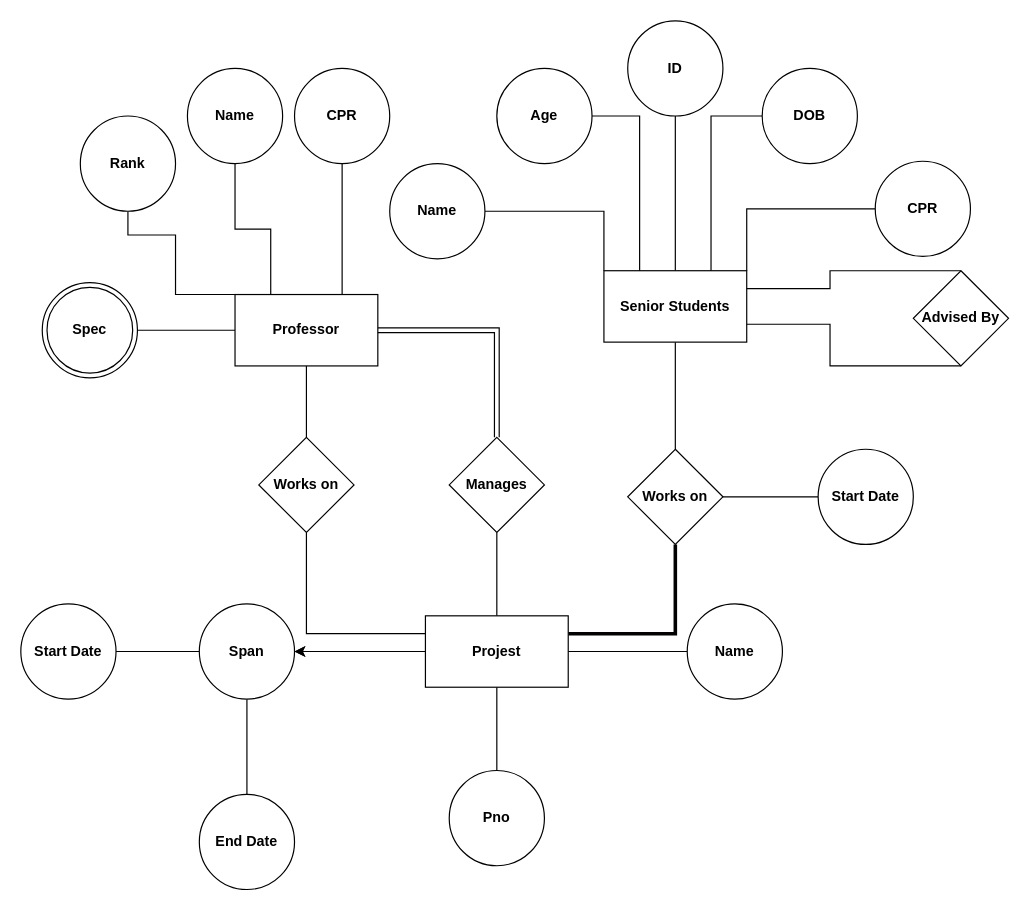
Before: asm1.drawio in xlvk/itcs285, a draw.io diagram. Source tidied: cells renumbered, new cells numbered last; positions are measured from the earlier drawing's top-left corner, leaving out a move shared by most shapes. Both pictures are drawn from the tidied source at 119%, with x=0, y=0 at pixel (20, 20).
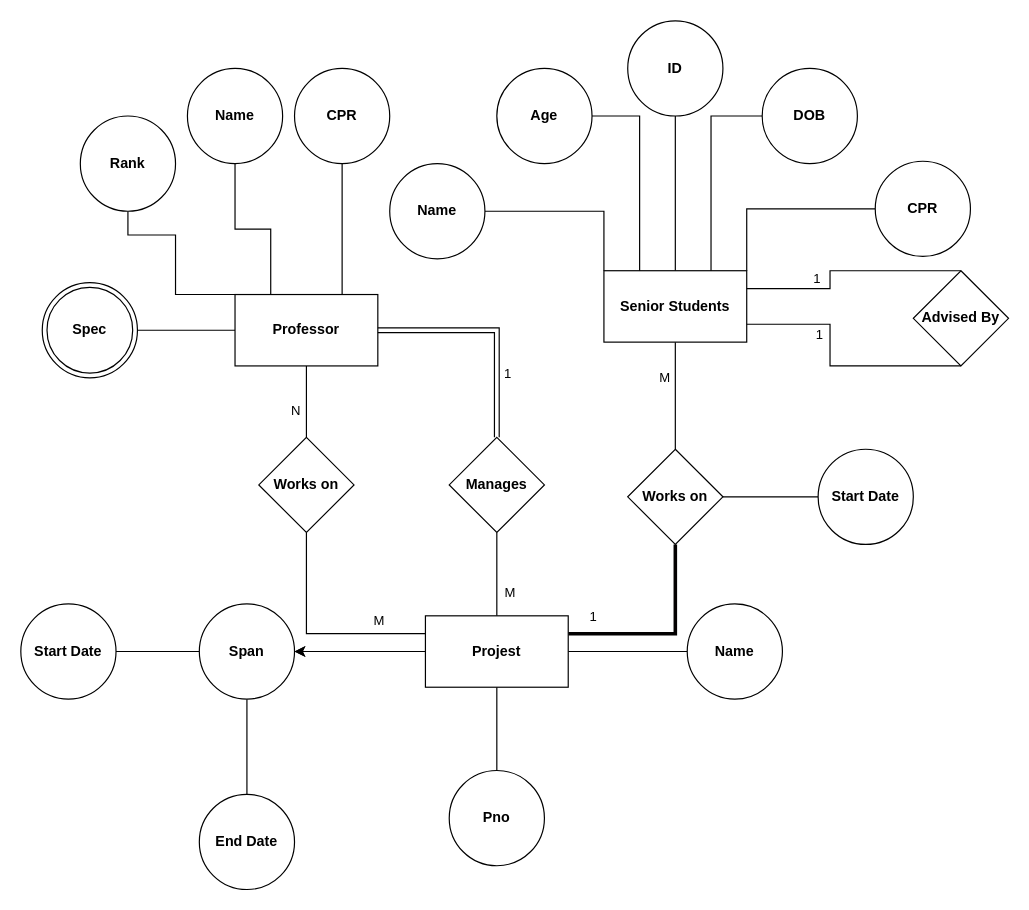
The same diagram, later.

The change refers to these unchanged cells:
```xml
<mxCell id="6" style="edgeStyle=orthogonalEdgeStyle;rounded=0;jettySize=auto;html=1;endArrow=none;endFill=0;" parent="1" edge="1" source="9" target="17">
  <mxGeometry relative="1" as="geometry" />
</mxCell>
<mxCell id="7" style="edgeStyle=orthogonalEdgeStyle;rounded=0;jettySize=auto;html=1;exitX=0;exitY=0.25;exitDx=0;exitDy=0;endArrow=none;endFill=0;" parent="1" edge="1" source="9" target="19">
  <mxGeometry relative="1" as="geometry" />
</mxCell>
<mxCell id="8" style="edgeStyle=orthogonalEdgeStyle;rounded=0;jettySize=auto;html=1;exitX=1;exitY=0.25;exitDx=0;exitDy=0;entryX=0.5;entryY=1;entryDx=0;entryDy=0;strokeColor=#030101;endArrow=none;endFill=0;strokeWidth=3;fillColor=#f8cecc;" parent="1" edge="1" source="9" target="22">
  <mxGeometry relative="1" as="geometry" />
</mxCell>
<mxCell id="18" style="edgeStyle=orthogonalEdgeStyle;rounded=0;jettySize=auto;html=1;entryX=0.5;entryY=1;entryDx=0;entryDy=0;endArrow=none;endFill=0;" parent="1" edge="1" source="19" target="38">
  <mxGeometry relative="1" as="geometry" />
</mxCell>
<mxCell id="21" style="edgeStyle=orthogonalEdgeStyle;rounded=0;jettySize=auto;html=1;endArrow=none;endFill=0;" parent="1" edge="1" source="22" target="25">
  <mxGeometry relative="1" as="geometry" />
</mxCell>
<mxCell id="26" style="edgeStyle=orthogonalEdgeStyle;rounded=0;jettySize=auto;html=1;exitX=0.5;exitY=0;exitDx=0;exitDy=0;entryX=1;entryY=0.25;entryDx=0;entryDy=0;endArrow=none;endFill=0;" parent="1" edge="1" source="28" target="25">
  <mxGeometry relative="1" as="geometry">
    <Array as="points">
      <mxPoint x="680" y="210" />
      <mxPoint x="680" y="225" />
    </Array>
  </mxGeometry>
</mxCell>
<mxCell id="27" style="edgeStyle=orthogonalEdgeStyle;rounded=0;jettySize=auto;html=1;exitX=0.5;exitY=1;exitDx=0;exitDy=0;entryX=1;entryY=0.75;entryDx=0;entryDy=0;endArrow=none;endFill=0;" parent="1" edge="1" source="28" target="25">
  <mxGeometry relative="1" as="geometry">
    <Array as="points">
      <mxPoint x="680" y="290" />
      <mxPoint x="680" y="255" />
    </Array>
  </mxGeometry>
</mxCell>
<mxCell id="39" style="shape=link;html=1;rounded=0;entryX=0.5;entryY=0;entryDx=0;entryDy=0;exitX=1;exitY=0.5;exitDx=0;exitDy=0;" parent="1" edge="1" source="38" target="17">
  <mxGeometry relative="1" as="geometry">
    <Array as="points">
      <mxPoint x="400" y="260" />
    </Array>
  </mxGeometry>
</mxCell>
```

The edit, as a diff of the source:
```diff
@@
+    <mxCell id="48" value="M" style="edgeLabel;html=1;align=center;verticalAlign=middle;" parent="6" vertex="1">
+      <mxGeometry x="-0.42" y="-2" relative="1" as="geometry">
+        <mxPoint x="8" as="offset" />
+      </mxGeometry>
+    </mxCell>
@@
+    <mxCell id="49" value="M" style="edgeLabel;html=1;align=center;verticalAlign=middle;" parent="7" vertex="1">
+      <mxGeometry x="-0.49" y="1" relative="1" as="geometry">
+        <mxPoint x="7" y="-13" as="offset" />
+      </mxGeometry>
+    </mxCell>
@@
+    <mxCell id="50" value="1" style="edgeLabel;html=1;align=center;verticalAlign=middle;" parent="8" vertex="1">
+      <mxGeometry x="-0.73" y="2" relative="1" as="geometry">
+        <mxPoint x="-2" y="-13" as="offset" />
+      </mxGeometry>
+    </mxCell>
@@
+    <mxCell id="51" value="N" style="edgeLabel;html=1;align=center;verticalAlign=middle;" parent="18" vertex="1">
+      <mxGeometry x="-0.32" relative="1" as="geometry">
+        <mxPoint x="-10" y="-3" as="offset" />
+      </mxGeometry>
+    </mxCell>
@@
+    <mxCell id="52" value="M" style="edgeLabel;html=1;align=center;verticalAlign=middle;" parent="21" vertex="1">
+      <mxGeometry x="0.36" y="-1" relative="1" as="geometry">
+        <mxPoint x="-11" as="offset" />
+      </mxGeometry>
+    </mxCell>
@@
+    <mxCell id="53" value="1" style="edgeLabel;html=1;align=center;verticalAlign=middle;" parent="26" vertex="1">
+      <mxGeometry x="0.37" y="-3" relative="1" as="geometry">
+        <mxPoint x="-3" y="-6" as="offset" />
+      </mxGeometry>
+    </mxCell>
@@
+    <mxCell id="54" value="1" style="edgeLabel;html=1;align=center;verticalAlign=middle;" parent="27" vertex="1">
+      <mxGeometry x="0.32" y="1" relative="1" as="geometry">
+        <mxPoint x="-9" y="5" as="offset" />
+      </mxGeometry>
+    </mxCell>
@@
+    <mxCell id="55" value="1" style="edgeLabel;html=1;align=center;verticalAlign=middle;" parent="39" vertex="1">
+      <mxGeometry x="0.43" y="1" relative="1" as="geometry">
+        <mxPoint x="7" as="offset" />
+      </mxGeometry>
+    </mxCell>
```
